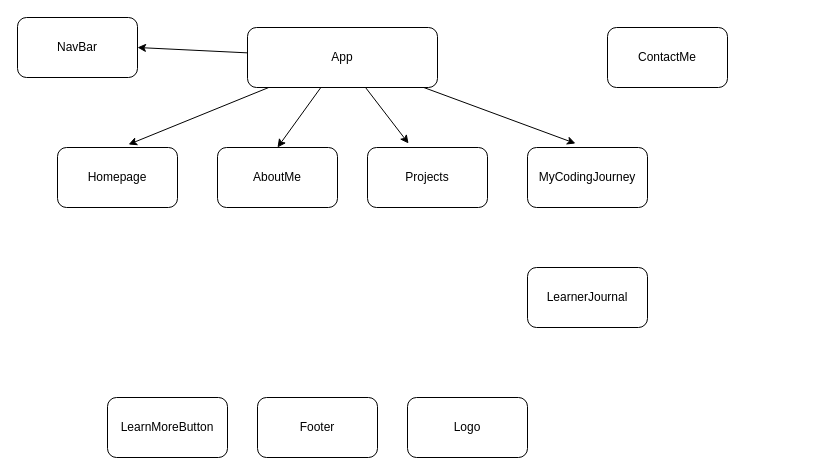
sarahcrack/all-about-me keeps this draw.io diagram as page "Pages" (1 of 2) of src/tree.drawio. Above is the earlier version. Source tidied: cells renumbered, new cells numbered last; positions are measured from the earlier drawing's top-left corner, leaving out a move shared by most shapes. Both pictures are drawn from the tidied source at 100%, with x=0, y=0 at pixel (17, 17).
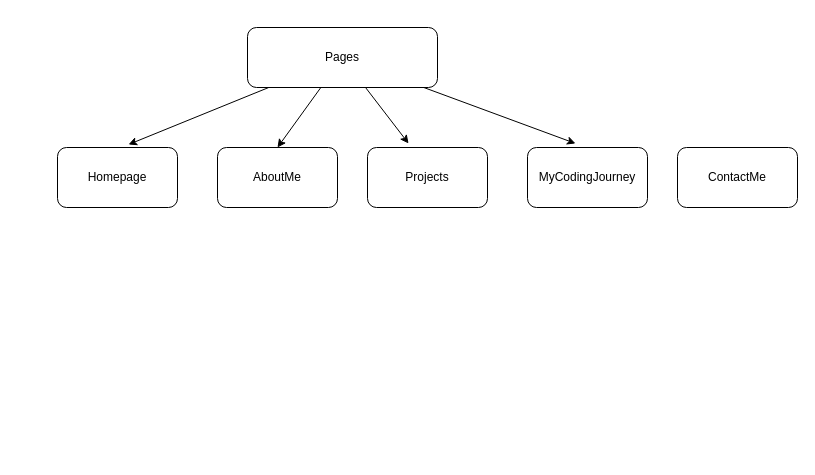
The same diagram, later.

The edit, as a diff of the source:
```diff
@@
 <mxGraphModel>
   <root>
     <mxCell id="0" />
     <mxCell id="1" parent="0" />
-    <mxCell id="2" style="edgeStyle=none;html=1;entryX=1;entryY=0.5;entryDx=0;entryDy=0;" parent="1" edge="1" source="7" target="12">
-      <mxGeometry relative="1" as="geometry" />
-    </mxCell>
     <mxCell id="3" style="edgeStyle=none;html=1;entryX=0.592;entryY=-0.05;entryDx=0;entryDy=0;entryPerimeter=0;" parent="1" edge="1" source="7" target="8">
       <mxGeometry relative="1" as="geometry" />
     </mxCell>
     <mxCell id="4" style="edgeStyle=none;html=1;entryX=0.5;entryY=0;entryDx=0;entryDy=0;" parent="1" edge="1" source="7" target="9">
       <mxGeometry relative="1" as="geometry" />
     </mxCell>
     <mxCell id="5" style="edgeStyle=none;html=1;entryX=0.342;entryY=-0.067;entryDx=0;entryDy=0;entryPerimeter=0;" parent="1" edge="1" source="7" target="10">
       <mxGeometry relative="1" as="geometry" />
     </mxCell>
     <mxCell id="6" style="edgeStyle=none;html=1;entryX=0.4;entryY=-0.067;entryDx=0;entryDy=0;entryPerimeter=0;" parent="1" edge="1" source="7" target="11">
       <mxGeometry relative="1" as="geometry" />
     </mxCell>
-    <mxCell id="7" value="App" style="rounded=1;whiteSpace=wrap;html=1;" parent="1" vertex="1">
+    <mxCell id="7" value="Pages" style="rounded=1;whiteSpace=wrap;html=1;" parent="1" vertex="1">
       <mxGeometry x="230" y="10" width="190" height="60" as="geometry" />
     </mxCell>
     <mxCell id="8" value="Homepage" style="rounded=1;whiteSpace=wrap;html=1;" parent="1" vertex="1">
       <mxGeometry x="40" y="130" width="120" height="60" as="geometry" />
     </mxCell>
     <mxCell id="9" value="AboutMe" style="rounded=1;whiteSpace=wrap;html=1;" parent="1" vertex="1">
       <mxGeometry x="200" y="130" width="120" height="60" as="geometry" />
     </mxCell>
     <mxCell id="10" value="Projects" style="rounded=1;whiteSpace=wrap;html=1;" parent="1" vertex="1">
       <mxGeometry x="350" y="130" width="120" height="60" as="geometry" />
     </mxCell>
     <mxCell id="11" value="MyCodingJourney" style="rounded=1;whiteSpace=wrap;html=1;" parent="1" vertex="1">
       <mxGeometry x="510" y="130" width="120" height="60" as="geometry" />
     </mxCell>
-    <mxCell id="12" value="NavBar" style="rounded=1;whiteSpace=wrap;html=1;" parent="1" vertex="1">
-      <mxGeometry width="120" height="60" as="geometry" />
-    </mxCell>
-    <mxCell id="13" value="LearnerJournal" style="rounded=1;whiteSpace=wrap;html=1;" parent="1" vertex="1">
-      <mxGeometry x="510" y="250" width="120" height="60" as="geometry" />
-    </mxCell>
-    <mxCell id="14" value="LearnMoreButton" style="rounded=1;whiteSpace=wrap;html=1;" parent="1" vertex="1">
-      <mxGeometry x="90" y="380" width="120" height="60" as="geometry" />
-    </mxCell>
-    <mxCell id="15" value="Footer" style="rounded=1;whiteSpace=wrap;html=1;" parent="1" vertex="1">
-      <mxGeometry x="240" y="380" width="120" height="60" as="geometry" />
-    </mxCell>
-    <mxCell id="16" value="Logo" style="rounded=1;whiteSpace=wrap;html=1;" parent="1" vertex="1">
-      <mxGeometry x="390" y="380" width="120" height="60" as="geometry" />
-    </mxCell>
     <mxCell id="17" value="ContactMe" style="rounded=1;whiteSpace=wrap;html=1;" parent="1" vertex="1">
-      <mxGeometry x="590" y="10" width="120" height="60" as="geometry" />
+      <mxGeometry x="660" y="130" width="120" height="60" as="geometry" />
     </mxCell>
   </root>
 </mxGraphModel>
```
